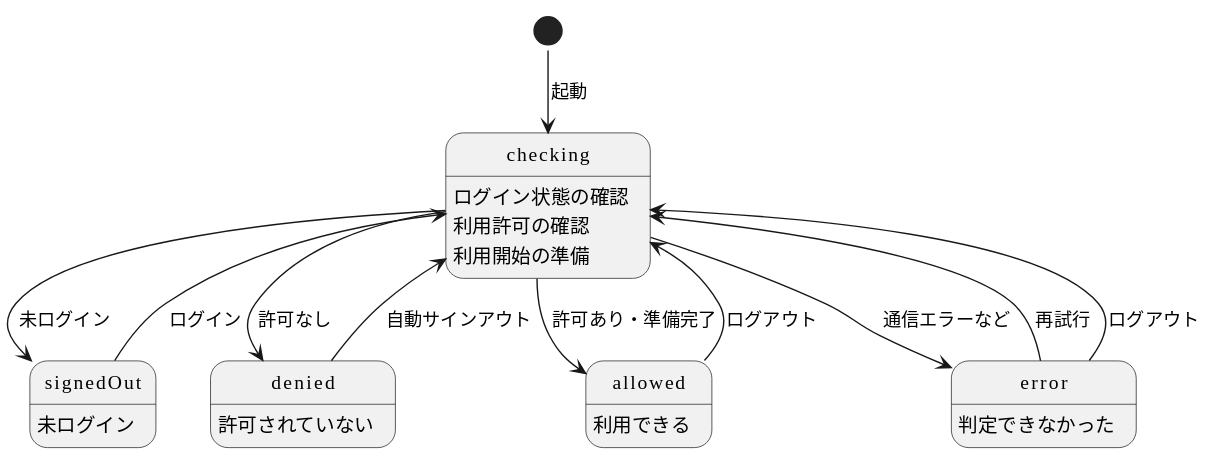
LASC-SINCE2015/LivingManager keeps this PlantUML diagram as design/screens/diagrams/access_status.svg. Above is the earlier version. Source of this version:
```plantuml
@startuml
!pragma layout smetana
skinparam defaultFontName "Meiryo"

state checking : ログイン状態の確認\n利用許可の確認\n利用開始の準備
state signedOut : 未ログイン
state denied : 許可されていない
state allowed : 利用できる
state error : 判定できなかった

[*] --> checking : 起動
checking --> signedOut : 未ログイン
checking --> denied : 許可なし
checking --> allowed : 許可あり・準備完了
checking --> error : 通信エラーなど

signedOut --> checking : ログイン
allowed --> checking : ログアウト
denied --> checking : 自動サインアウト
error --> checking : 再試行
error --> checking : ログアウト
@enduml
```
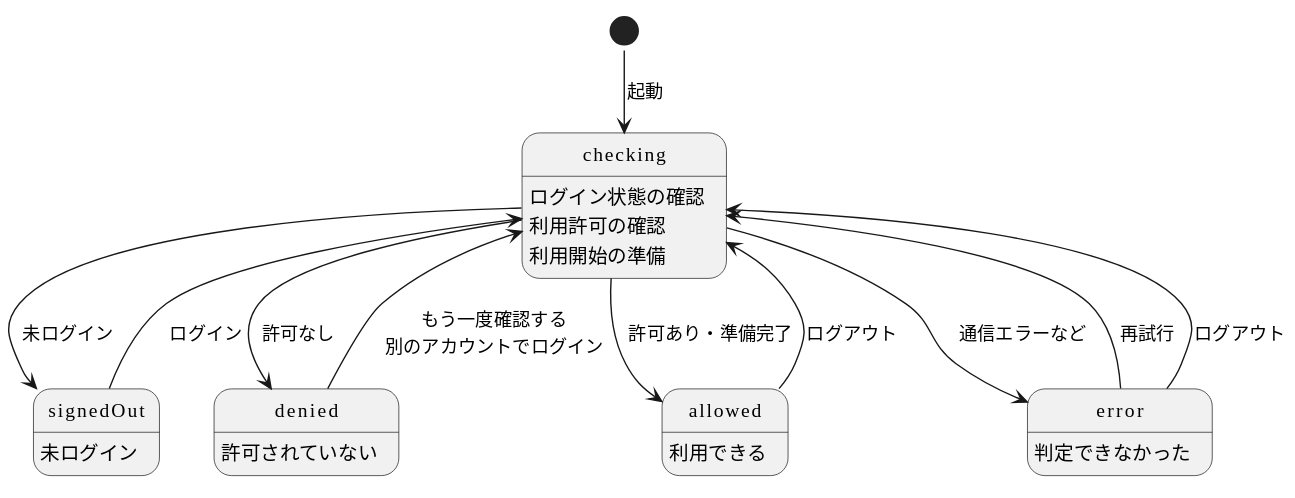
The same file after the commit.

Change to the diagram source:
```diff
@@ -16,7 +16,7 @@
 
 signedOut --> checking : ログイン
 allowed --> checking : ログアウト
-denied --> checking : 自動サインアウト
+denied --> checking : もう一度確認する\n別のアカウントでログイン
 error --> checking : 再試行
 error --> checking : ログアウト
 @enduml
```
